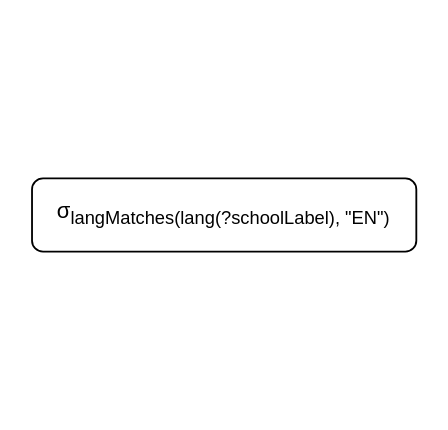
miguel76/know-flow keeps this draw.io diagram as SparqlFlow.drawio. Above is the earlier version. Source tidied: cells renumbered, new cells numbered last; positions are measured from the earlier drawing's top-left corner, leaving out a move shared by most shapes. Both pictures are drawn from the tidied source at 183%, with x=0, y=0 at pixel (31, 178).
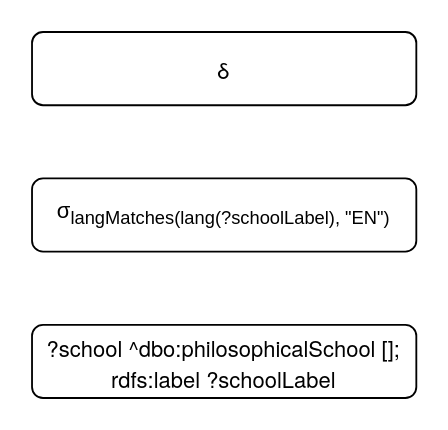
Above is the later version.

Change to the diagram source:
```diff
@@
 <mxGraphModel>
   <root>
     <mxCell id="0" />
     <mxCell id="1" parent="0" />
     <mxCell id="2" value="&lt;p class=&quot;p1&quot; style=&quot;margin: 0px 0px 2px ; font-stretch: normal ; line-height: normal&quot;&gt;σ&lt;sub&gt;langMatches(lang(?schoolLabel), &quot;EN&quot;)&lt;/sub&gt;&lt;/p&gt;" style="shape=ext;rounded=1;html=1;whiteSpace=wrap;" parent="1" vertex="1">
       <mxGeometry width="210" height="40" as="geometry" />
     </mxCell>
+    <mxCell id="3" value="&lt;p class=&quot;p1&quot; style=&quot;margin: 0px ; font-stretch: normal ; line-height: normal ; font-family: &amp;#34;helvetica neue&amp;#34;&quot;&gt;?school ^dbo:philosophicalSchool []; rdfs:label ?schoolLabel&lt;/p&gt;" style="shape=ext;rounded=1;html=1;whiteSpace=wrap;" parent="1" vertex="1">
+      <mxGeometry y="80" width="210" height="40" as="geometry" />
+    </mxCell>
+    <mxCell id="4" value="&lt;p class=&quot;p1&quot; style=&quot;margin: 0px ; font-stretch: normal ; line-height: normal ; font-family: &amp;#34;helvetica neue&amp;#34;&quot;&gt;δ&lt;/p&gt;" style="shape=ext;rounded=1;html=1;whiteSpace=wrap;" parent="1" vertex="1">
+      <mxGeometry y="-80" width="210" height="40" as="geometry" />
+    </mxCell>
   </root>
 </mxGraphModel>
```
